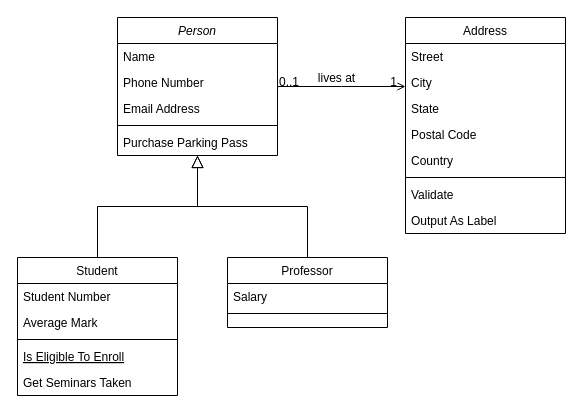
Earlier version of the draw.io diagram Untitled Diagram.drawio (astarinamaulida/cravings). Source tidied: cells renumbered, new cells numbered last; positions are measured from the earlier drawing's top-left corner, leaving out a move shared by most shapes. Both pictures are drawn from the tidied source at 100%, with x=0, y=0 at pixel (17, 17).
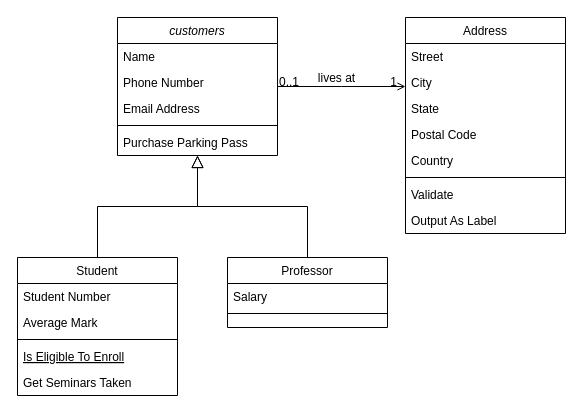
Above is the later version.

What changed in the source:
```diff
@@
-    <mxCell id="2" value="Person" style="swimlane;fontStyle=2;align=center;verticalAlign=top;horizontal=1;startSize=26;rounded=0;shadow=0;strokeWidth=1;" parent="1" vertex="1">
+    <mxCell id="2" value="customers" style="swimlane;fontStyle=2;align=center;verticalAlign=top;horizontal=1;startSize=26;rounded=0;shadow=0;strokeWidth=1;" parent="1" vertex="1">
       <mxGeometry x="100" width="160" height="138" as="geometry" />
     </mxCell>
```
